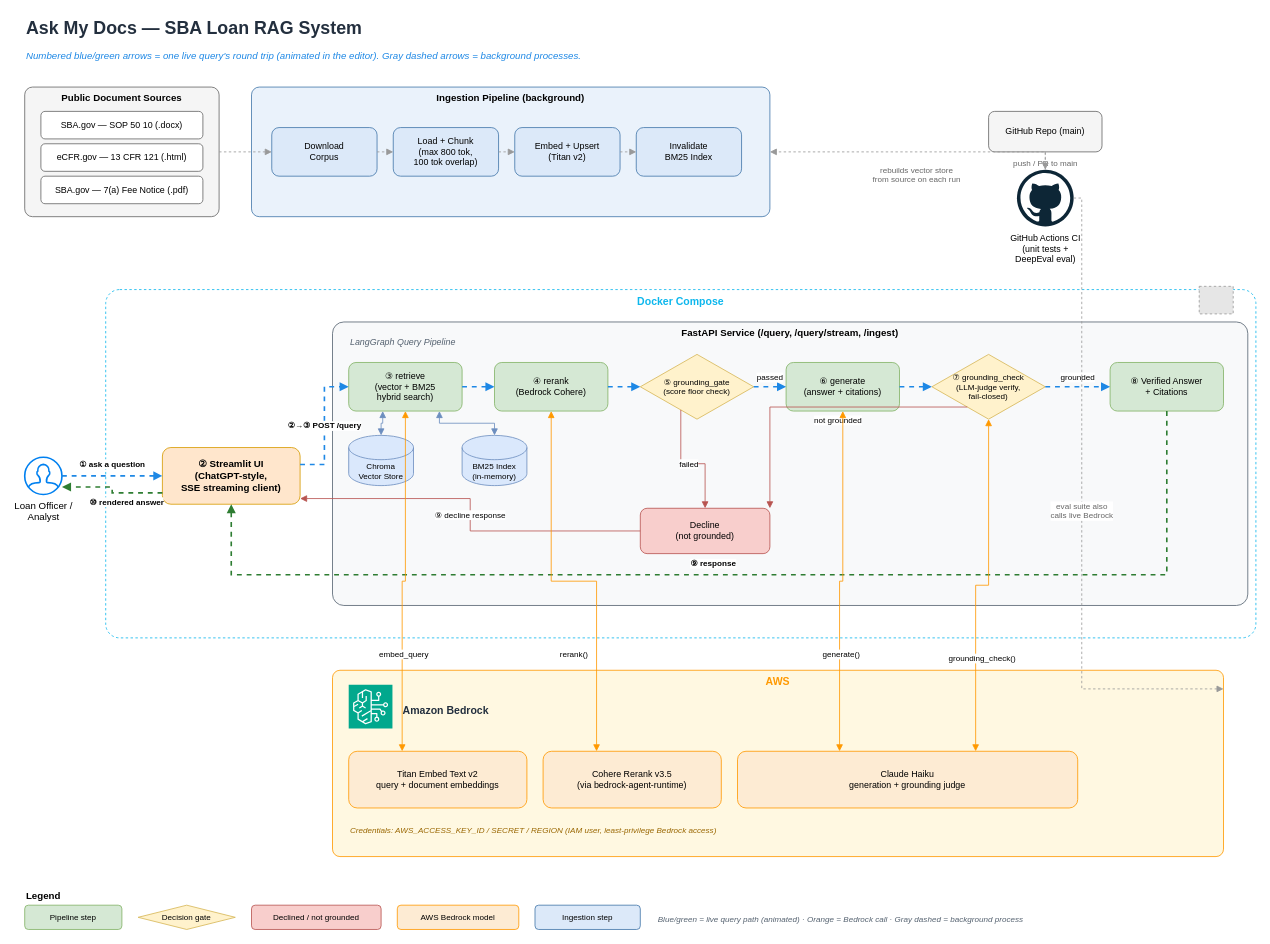
This is docs/diagrams/architecture.drawio from aaqibkhorasi/Production-Grade-RAG, a draw.io file, before an edit. Source tidied: cells renumbered, new cells numbered last; positions are measured from the earlier drawing's top-left corner, leaving out a move shared by most shapes. Both pictures are drawn from the tidied source at 81%, with x=0, y=0 at pixel (24, 14). Pictures stored in the file or linked from it are replaced by grey dashed boxes.
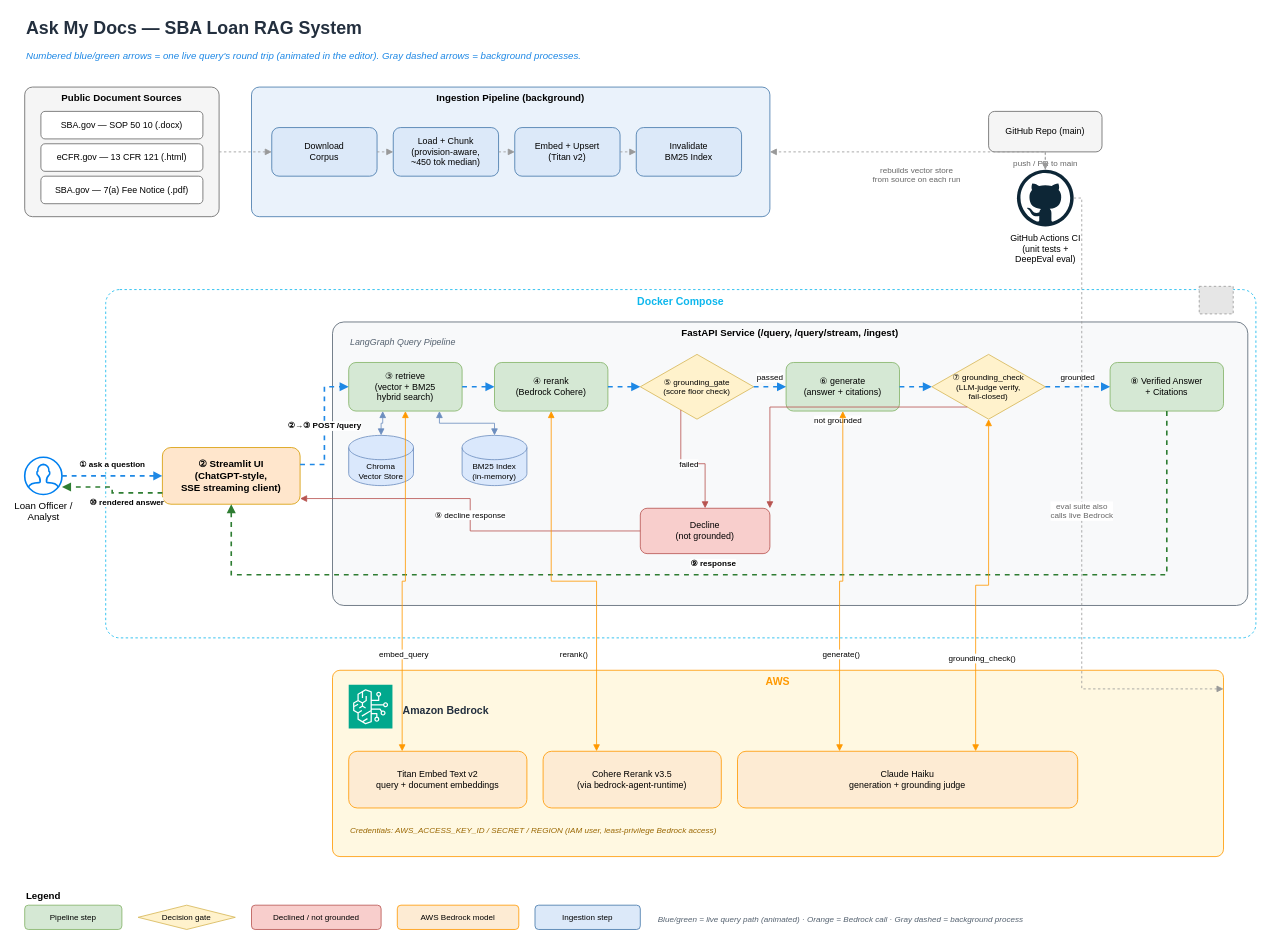
The same diagram, later.

Commit message (it also covers changes not shown here):
Document provision-aware chunking and its measured effect

The edit, as a diff of the source:
```diff
@@
-    <mxCell id="10" value="Load + Chunk&#10;(max 800 tok,&#10;100 tok overlap)" style="rounded=1;whiteSpace=wrap;html=1;fillColor=#DCE9F9;strokeColor=#4477AA;fontSize=11;" parent="1" vertex="1">
+    <mxCell id="10" value="Load + Chunk&#10;(provision-aware,&#10;~450 tok median)" style="rounded=1;whiteSpace=wrap;html=1;fillColor=#DCE9F9;strokeColor=#4477AA;fontSize=11;" parent="1" vertex="1">
       <mxGeometry x="455" y="140" width="130" height="60" as="geometry" />
     </mxCell>
```
